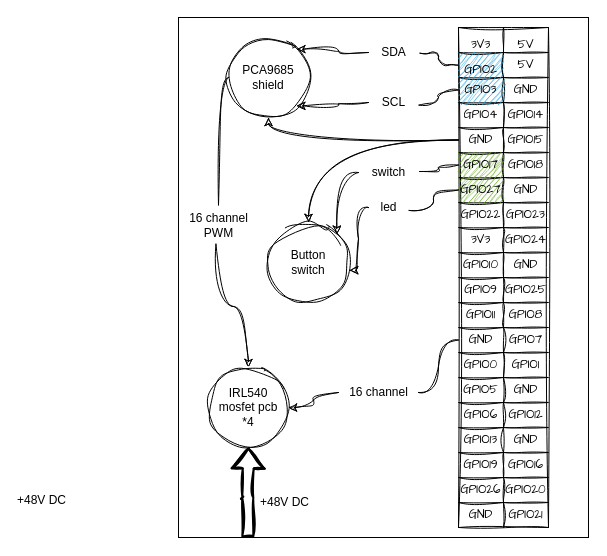
Before: ressources/diagram-wiring.drawio in lan-ensad/cloches-sous-tension, a draw.io diagram. Source tidied: cells renumbered, new cells numbered last; positions are measured from the earlier drawing's top-left corner, leaving out a move shared by most shapes. Both pictures are drawn from the tidied source at 100%, with x=0, y=0 at pixel (164, 17).
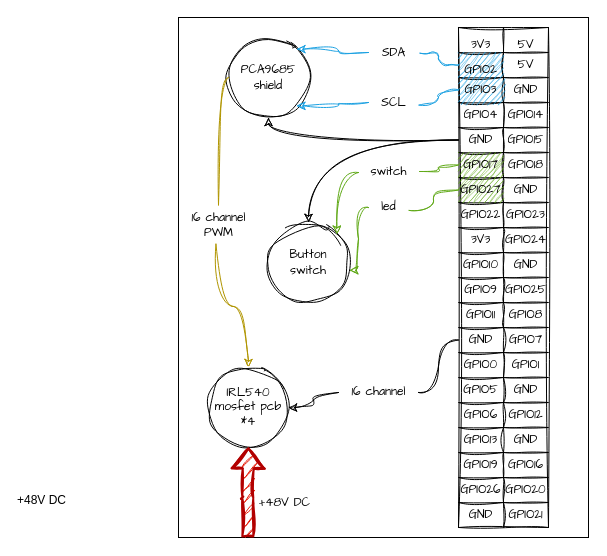
Above is the later version.

Unchanged cells that the change refers to:
```xml
<mxCell id="2" style="rounded=0;whiteSpace=wrap;html=1;fontSize=12;fillStyle=auto;" parent="1" vertex="1">
  <mxGeometry x="14" width="410" height="520" as="geometry" />
</mxCell>
<mxCell id="7" style="shape=tableRow;horizontal=0;startSize=0;swimlaneHead=0;swimlaneBody=0;top=0;left=0;bottom=0;right=0;fillColor=none;points=[[0,0.5],[1,0.5]];portConstraint=eastwest;hachureGap=4;fontFamily=Architects Daughter;fontSize=20;sketch=1;curveFitting=1;jiggle=2;" parent="3" vertex="1">
  <mxGeometry y="25" width="90" height="25" as="geometry" />
</mxCell>
<mxCell id="10" style="shape=tableRow;horizontal=0;startSize=0;swimlaneHead=0;swimlaneBody=0;top=0;left=0;bottom=0;right=0;fillColor=none;points=[[0,0.5],[1,0.5]];portConstraint=eastwest;hachureGap=4;fontFamily=Architects Daughter;fontSize=20;sketch=1;curveFitting=1;jiggle=2;" parent="3" vertex="1">
  <mxGeometry y="50" width="90" height="25" as="geometry" />
</mxCell>
<mxCell id="19" style="shape=tableRow;horizontal=0;startSize=0;swimlaneHead=0;swimlaneBody=0;top=0;left=0;bottom=0;right=0;fillColor=none;points=[[0,0.5],[1,0.5]];portConstraint=eastwest;hachureGap=4;fontFamily=Architects Daughter;fontSize=20;sketch=1;curveFitting=1;jiggle=2;" parent="3" vertex="1">
  <mxGeometry y="125" width="90" height="25" as="geometry" />
</mxCell>
<mxCell id="22" style="shape=tableRow;horizontal=0;startSize=0;swimlaneHead=0;swimlaneBody=0;top=0;left=0;bottom=0;right=0;fillColor=none;points=[[0,0.5],[1,0.5]];portConstraint=eastwest;hachureGap=4;fontFamily=Architects Daughter;fontSize=20;sketch=1;curveFitting=1;jiggle=2;" parent="3" vertex="1">
  <mxGeometry y="150" width="90" height="25" as="geometry" />
</mxCell>
<mxCell id="40" style="shape=tableRow;horizontal=0;startSize=0;swimlaneHead=0;swimlaneBody=0;top=0;left=0;bottom=0;right=0;fillColor=none;points=[[0,0.5],[1,0.5]];portConstraint=eastwest;hachureGap=4;fontFamily=Architects Daughter;fontSize=20;sketch=1;curveFitting=1;jiggle=2;" parent="3" vertex="1">
  <mxGeometry y="300" width="90" height="25" as="geometry" />
</mxCell>
```

Change to the diagram source:
```diff
@@
-    <mxCell id="8" value="&lt;font color=&quot;#000000&quot; style=&quot;font-size: 12px;&quot;&gt;GPIO2&lt;/font&gt;" style="shape=partialRectangle;html=1;whiteSpace=wrap;fillColor=#1ba1e2;top=0;left=0;bottom=0;right=0;overflow=hidden;hachureGap=4;fontFamily=Architects Daughter;fontSize=20;fontColor=#ffffff;strokeColor=#006EAF;sketch=1;curveFitting=1;jiggle=2;" parent="7" vertex="1">
+    <mxCell id="8" value="&lt;font color=&quot;#000000&quot; style=&quot;font-size: 12px;&quot;&gt;GPIO2&lt;/font&gt;" style="shape=partialRectangle;html=1;whiteSpace=wrap;fillColor=#1BA1E2;top=0;left=0;bottom=0;right=0;overflow=hidden;hachureGap=4;fontFamily=Architects Daughter;fontSize=20;fontColor=#ffffff;strokeColor=#006EAF;sketch=1;curveFitting=1;jiggle=2;" parent="7" vertex="1">
       <mxGeometry width="45" height="25" as="geometry" />
     </mxCell>
@@
-    <mxCell id="20" value="&lt;font color=&quot;#000000&quot;&gt;GPIO17&lt;/font&gt;" style="shape=partialRectangle;html=1;whiteSpace=wrap;fillColor=#60a917;top=0;left=0;bottom=0;right=0;overflow=hidden;hachureGap=4;fontFamily=Architects Daughter;fontSize=12;fontColor=#ffffff;strokeColor=#2D7600;sketch=1;curveFitting=1;jiggle=2;" parent="19" vertex="1">
+    <mxCell id="20" value="&lt;font color=&quot;#000000&quot;&gt;GPIO17&lt;/font&gt;" style="shape=partialRectangle;html=1;whiteSpace=wrap;fillColor=#60A917;top=0;left=0;bottom=0;right=0;overflow=hidden;hachureGap=4;fontFamily=Architects Daughter;fontSize=12;fontColor=#ffffff;strokeColor=#2D7600;sketch=1;curveFitting=1;jiggle=2;" parent="19" vertex="1">
       <mxGeometry width="45" height="25" as="geometry" />
     </mxCell>
@@
-    <mxCell id="64" style="edgeStyle=orthogonalEdgeStyle;curved=1;html=1;exitX=0.468;exitY=0.977;exitDx=0;exitDy=0;entryX=0.5;entryY=0;entryDx=0;entryDy=0;fontSize=12;elbow=vertical;startArrow=none;exitPerimeter=0;sketch=1;curveFitting=1;jiggle=2;" parent="1" edge="1" source="83" target="81">
+    <mxCell id="64" style="edgeStyle=orthogonalEdgeStyle;curved=1;html=1;exitX=0.468;exitY=0.977;exitDx=0;exitDy=0;entryX=0.5;entryY=0;entryDx=0;entryDy=0;fontSize=12;elbow=vertical;startArrow=none;exitPerimeter=0;sketch=1;curveFitting=1;jiggle=2;fillColor=#e3c800;strokeColor=#B09500;" parent="1" edge="1" source="83" target="81">
       <mxGeometry relative="1" as="geometry" />
     </mxCell>
-    <mxCell id="65" value="PCA9685&lt;br&gt;shield" style="ellipse;whiteSpace=wrap;html=1;fontSize=12;sketch=1;curveFitting=1;jiggle=2;" parent="1" vertex="1">
+    <mxCell id="65" value="&lt;font face=&quot;Architects Daughter&quot;&gt;PCA9685&lt;br&gt;shield&lt;/font&gt;" style="ellipse;whiteSpace=wrap;html=1;fontSize=12;sketch=1;curveFitting=1;jiggle=2;" parent="1" vertex="1">
       <mxGeometry x="64" y="20" width="80" height="80" as="geometry" />
     </mxCell>
-    <mxCell id="66" style="edgeStyle=orthogonalEdgeStyle;html=1;exitX=0;exitY=0.5;exitDx=0;exitDy=0;entryX=1;entryY=0;entryDx=0;entryDy=0;fontSize=12;startArrow=none;curved=1;sketch=1;curveFitting=1;jiggle=2;" parent="1" edge="1" source="69" target="65">
+    <mxCell id="66" style="edgeStyle=orthogonalEdgeStyle;html=1;exitX=0;exitY=0.5;exitDx=0;exitDy=0;entryX=1;entryY=0;entryDx=0;entryDy=0;fontSize=12;startArrow=none;curved=1;sketch=1;curveFitting=1;jiggle=2;strokeColor=#1BA1E2;" parent="1" edge="1" source="69" target="65">
       <mxGeometry relative="1" as="geometry" />
     </mxCell>
-    <mxCell id="67" style="edgeStyle=orthogonalEdgeStyle;html=1;exitX=0;exitY=0.5;exitDx=0;exitDy=0;entryX=1;entryY=1;entryDx=0;entryDy=0;fontSize=12;startArrow=none;curved=1;sketch=1;curveFitting=1;jiggle=2;" parent="1" edge="1" source="71" target="65">
+    <mxCell id="67" style="edgeStyle=orthogonalEdgeStyle;html=1;exitX=0;exitY=0.5;exitDx=0;exitDy=0;entryX=1;entryY=1;entryDx=0;entryDy=0;fontSize=12;startArrow=none;curved=1;sketch=1;curveFitting=1;jiggle=2;strokeColor=#1BA1E2;" parent="1" edge="1" source="71" target="65">
       <mxGeometry relative="1" as="geometry" />
     </mxCell>
-    <mxCell id="68" style="html=1;exitX=0;exitY=0.5;exitDx=0;exitDy=0;entryX=1.03;entryY=0.524;entryDx=0;entryDy=0;fontSize=12;endArrow=none;entryPerimeter=0;edgeStyle=orthogonalEdgeStyle;sketch=1;curveFitting=1;jiggle=2;" parent="1" edge="1" source="7" target="69">
+    <mxCell id="68" style="html=1;exitX=0;exitY=0.5;exitDx=0;exitDy=0;entryX=1.03;entryY=0.524;entryDx=0;entryDy=0;fontSize=12;endArrow=none;entryPerimeter=0;edgeStyle=orthogonalEdgeStyle;sketch=1;curveFitting=1;jiggle=2;strokeColor=#1BA1E2;" parent="1" edge="1" source="7" target="69">
       <mxGeometry relative="1" as="geometry" />
     </mxCell>
-    <mxCell id="69" value="SDA" style="text;html=1;align=center;verticalAlign=middle;points=[];strokeColor=none;fillColor=none;fontSize=12;sketch=1;curveFitting=1;jiggle=2;" parent="1" vertex="1">
+    <mxCell id="69" value="&lt;font face=&quot;Architects Daughter&quot;&gt;SDA&lt;/font&gt;" style="text;html=1;align=center;verticalAlign=middle;points=[];strokeColor=none;fillColor=none;fontSize=12;sketch=1;curveFitting=1;jiggle=2;" parent="1" vertex="1">
       <mxGeometry x="204" y="20" width="50" height="30" as="geometry" />
     </mxCell>
-    <mxCell id="70" style="edgeStyle=orthogonalEdgeStyle;html=1;exitX=0;exitY=0.5;exitDx=0;exitDy=0;entryX=1.01;entryY=0.587;entryDx=0;entryDy=0;fontSize=12;endArrow=none;entryPerimeter=0;curved=1;sketch=1;curveFitting=1;jiggle=2;" parent="1" edge="1" source="10" target="71">
+    <mxCell id="70" style="edgeStyle=orthogonalEdgeStyle;html=1;exitX=0;exitY=0.5;exitDx=0;exitDy=0;entryX=1.01;entryY=0.587;entryDx=0;entryDy=0;fontSize=12;endArrow=none;entryPerimeter=0;curved=1;sketch=1;curveFitting=1;jiggle=2;strokeColor=#1BA1E2;" parent="1" edge="1" source="10" target="71">
       <mxGeometry relative="1" as="geometry" />
     </mxCell>
-    <mxCell id="71" value="SCL" style="text;html=1;align=center;verticalAlign=middle;points=[];strokeColor=none;fillColor=none;fontSize=12;sketch=1;curveFitting=1;jiggle=2;" parent="1" vertex="1">
+    <mxCell id="71" value="&lt;font face=&quot;Architects Daughter&quot;&gt;SCL&lt;/font&gt;" style="text;html=1;align=center;verticalAlign=middle;points=[];strokeColor=none;fillColor=none;fontSize=12;sketch=1;curveFitting=1;jiggle=2;" parent="1" vertex="1">
       <mxGeometry x="204" y="70" width="50" height="30" as="geometry" />
     </mxCell>
@@
-    <mxCell id="73" value="Button&lt;br&gt;switch" style="ellipse;whiteSpace=wrap;html=1;fontSize=12;sketch=1;curveFitting=1;jiggle=2;" parent="1" vertex="1">
+    <mxCell id="73" value="&lt;font face=&quot;Architects Daughter&quot;&gt;Button&lt;br&gt;switch&lt;/font&gt;" style="ellipse;whiteSpace=wrap;html=1;fontSize=12;sketch=1;curveFitting=1;jiggle=2;" parent="1" vertex="1">
       <mxGeometry x="104" y="205" width="80" height="80" as="geometry" />
     </mxCell>
-    <mxCell id="74" style="edgeStyle=orthogonalEdgeStyle;curved=1;html=1;exitX=0;exitY=0.5;exitDx=0;exitDy=0;entryX=1;entryY=0;entryDx=0;entryDy=0;fontSize=12;elbow=vertical;startArrow=none;sketch=1;curveFitting=1;jiggle=2;" parent="1" edge="1" source="78" target="73">
+    <mxCell id="74" style="edgeStyle=orthogonalEdgeStyle;curved=1;html=1;exitX=0;exitY=0.5;exitDx=0;exitDy=0;entryX=1;entryY=0;entryDx=0;entryDy=0;fontSize=12;elbow=vertical;startArrow=none;sketch=1;curveFitting=1;jiggle=2;strokeColor=#60A917;" parent="1" edge="1" source="78" target="73">
       <mxGeometry relative="1" as="geometry" />
     </mxCell>
-    <mxCell id="75" style="edgeStyle=orthogonalEdgeStyle;curved=1;html=1;exitX=0;exitY=0.5;exitDx=0;exitDy=0;entryX=1.015;entryY=0.598;entryDx=0;entryDy=0;entryPerimeter=0;fontSize=12;elbow=vertical;startArrow=none;sketch=1;curveFitting=1;jiggle=2;" parent="1" edge="1" source="80" target="73">
+    <mxCell id="75" style="edgeStyle=orthogonalEdgeStyle;curved=1;html=1;exitX=0;exitY=0.5;exitDx=0;exitDy=0;entryX=1.015;entryY=0.598;entryDx=0;entryDy=0;entryPerimeter=0;fontSize=12;elbow=vertical;startArrow=none;sketch=1;curveFitting=1;jiggle=2;strokeColor=#60A917;" parent="1" edge="1" source="80" target="73">
       <mxGeometry relative="1" as="geometry" />
     </mxCell>
@@
-    <mxCell id="77" style="edgeStyle=orthogonalEdgeStyle;curved=1;html=1;exitX=0;exitY=0.5;exitDx=0;exitDy=0;entryX=1.019;entryY=0.467;entryDx=0;entryDy=0;fontSize=12;elbow=vertical;endArrow=none;entryPerimeter=0;sketch=1;curveFitting=1;jiggle=2;" parent="1" edge="1" source="19" target="78">
+    <mxCell id="77" style="edgeStyle=orthogonalEdgeStyle;curved=1;html=1;exitX=0;exitY=0.5;exitDx=0;exitDy=0;entryX=1.019;entryY=0.467;entryDx=0;entryDy=0;fontSize=12;elbow=vertical;endArrow=none;entryPerimeter=0;sketch=1;curveFitting=1;jiggle=2;strokeColor=#60A917;" parent="1" edge="1" source="19" target="78">
       <mxGeometry relative="1" as="geometry" />
     </mxCell>
-    <mxCell id="78" value="switch" style="text;html=1;align=center;verticalAlign=middle;points=[];strokeColor=none;fillColor=none;fontSize=12;sketch=1;curveFitting=1;jiggle=2;" parent="1" vertex="1">
+    <mxCell id="78" value="switch" style="text;html=1;align=center;verticalAlign=middle;points=[];strokeColor=none;fillColor=none;fontSize=12;sketch=1;curveFitting=1;jiggle=2;fontFamily=Architects Daughter;" parent="1" vertex="1">
       <mxGeometry x="194" y="140" width="60" height="30" as="geometry" />
     </mxCell>
-    <mxCell id="79" style="edgeStyle=orthogonalEdgeStyle;curved=1;html=1;exitX=0;exitY=0.5;exitDx=0;exitDy=0;entryX=1.015;entryY=0.598;entryDx=0;entryDy=0;entryPerimeter=0;fontSize=12;elbow=vertical;endArrow=none;sketch=1;curveFitting=1;jiggle=2;" parent="1" edge="1" source="22" target="80">
+    <mxCell id="79" style="edgeStyle=orthogonalEdgeStyle;curved=1;html=1;exitX=0;exitY=0.5;exitDx=0;exitDy=0;entryX=1.015;entryY=0.598;entryDx=0;entryDy=0;entryPerimeter=0;fontSize=12;elbow=vertical;endArrow=none;sketch=1;curveFitting=1;jiggle=2;strokeColor=#60A917;" parent="1" edge="1" source="22" target="80">
       <mxGeometry relative="1" as="geometry" />
     </mxCell>
-    <mxCell id="80" value="led" style="text;html=1;align=center;verticalAlign=middle;points=[];strokeColor=none;fillColor=none;fontSize=12;sketch=1;curveFitting=1;jiggle=2;" parent="1" vertex="1">
+    <mxCell id="80" value="led" style="text;html=1;align=center;verticalAlign=middle;points=[];strokeColor=none;fillColor=none;fontSize=12;sketch=1;curveFitting=1;jiggle=2;fontFamily=Architects Daughter;" parent="1" vertex="1">
       <mxGeometry x="204" y="175" width="40" height="30" as="geometry" />
     </mxCell>
-    <mxCell id="81" value="IRL540&lt;br&gt;mosfet pcb&lt;br&gt;*4" style="ellipse;whiteSpace=wrap;html=1;fontSize=12;sketch=1;curveFitting=1;jiggle=2;" parent="1" vertex="1">
+    <mxCell id="81" value="IRL540&lt;br&gt;mosfet pcb&lt;br&gt;*4" style="ellipse;whiteSpace=wrap;html=1;fontSize=12;sketch=1;curveFitting=1;jiggle=2;fontFamily=Architects Daughter;" parent="1" vertex="1">
       <mxGeometry x="44" y="350" width="80" height="80" as="geometry" />
     </mxCell>
-    <mxCell id="82" style="edgeStyle=orthogonalEdgeStyle;curved=1;html=1;exitX=0;exitY=0.5;exitDx=0;exitDy=0;entryX=0.5;entryY=0;entryDx=0;entryDy=0;fontSize=12;elbow=vertical;endArrow=none;sketch=1;curveFitting=1;jiggle=2;" parent="1" edge="1" source="65" target="83">
+    <mxCell id="82" style="edgeStyle=orthogonalEdgeStyle;curved=1;html=1;exitX=0;exitY=0.5;exitDx=0;exitDy=0;entryX=0.5;entryY=0;entryDx=0;entryDy=0;fontSize=12;elbow=vertical;endArrow=none;sketch=1;curveFitting=1;jiggle=2;fillColor=#e3c800;strokeColor=#B09500;" parent="1" edge="1" source="65" target="83">
       <mxGeometry relative="1" as="geometry" />
     </mxCell>
-    <mxCell id="83" value="16 channel&lt;br&gt;PWM" style="text;html=1;align=center;verticalAlign=middle;points=[];strokeColor=none;fillColor=none;fontSize=12;sketch=1;curveFitting=1;jiggle=2;" parent="1" vertex="1">
+    <mxCell id="83" value="16 channel&lt;br&gt;PWM" style="text;html=1;align=center;verticalAlign=middle;points=[];strokeColor=none;fillColor=none;fontSize=12;sketch=1;curveFitting=1;jiggle=2;fontFamily=Architects Daughter;" parent="1" vertex="1">
       <mxGeometry x="14" y="187.5" width="80" height="40" as="geometry" />
     </mxCell>
-    <mxCell id="84" style="edgeStyle=orthogonalEdgeStyle;curved=1;html=1;exitX=0;exitY=0.5;exitDx=0;exitDy=0;entryX=1;entryY=0.5;entryDx=0;entryDy=0;fontSize=12;elbow=vertical;startArrow=none;sketch=1;curveFitting=1;jiggle=2;" parent="1" edge="1" source="86" target="81">
+    <mxCell id="84" style="edgeStyle=orthogonalEdgeStyle;curved=1;html=1;exitX=0;exitY=0.5;exitDx=0;exitDy=0;entryX=1;entryY=0.5;entryDx=0;entryDy=0;fontSize=12;elbow=vertical;startArrow=none;sketch=1;curveFitting=1;jiggle=2;strokeColor=#000000;" parent="1" edge="1" source="86" target="81">
       <mxGeometry relative="1" as="geometry" />
     </mxCell>
-    <mxCell id="85" style="edgeStyle=orthogonalEdgeStyle;curved=1;html=1;exitX=0;exitY=0.5;exitDx=0;exitDy=0;entryX=1;entryY=0.5;entryDx=0;entryDy=0;fontSize=12;elbow=vertical;endArrow=none;sketch=1;curveFitting=1;jiggle=2;" parent="1" edge="1" source="40" target="86">
+    <mxCell id="85" style="edgeStyle=orthogonalEdgeStyle;curved=1;html=1;exitX=0;exitY=0.5;exitDx=0;exitDy=0;entryX=1;entryY=0.5;entryDx=0;entryDy=0;fontSize=12;elbow=vertical;endArrow=none;sketch=1;curveFitting=1;jiggle=2;strokeColor=#000000;" parent="1" edge="1" source="40" target="86">
       <mxGeometry relative="1" as="geometry" />
     </mxCell>
-    <mxCell id="86" value="16 channel" style="text;html=1;align=center;verticalAlign=middle;points=[];strokeColor=none;fillColor=none;fontSize=12;sketch=1;curveFitting=1;jiggle=2;" parent="1" vertex="1">
+    <mxCell id="86" value="16 channel" style="text;html=1;align=center;verticalAlign=middle;points=[];strokeColor=none;fillColor=none;fontSize=12;sketch=1;curveFitting=1;jiggle=2;fontFamily=Architects Daughter;" parent="1" vertex="1">
       <mxGeometry x="174" y="360" width="80" height="30" as="geometry" />
     </mxCell>
-    <mxCell id="87" style="shape=flexArrow;endArrow=classic;html=1;strokeWidth=2;fontSize=12;entryX=0.5;entryY=1;entryDx=0;entryDy=0;edgeStyle=orthogonalEdgeStyle;exitX=0.169;exitY=1;exitDx=0;exitDy=0;sketch=1;curveFitting=1;jiggle=2;exitPerimeter=0;" parent="1" edge="1" source="2" target="81">
+    <mxCell id="87" style="shape=flexArrow;endArrow=classic;html=1;strokeWidth=2;fontSize=12;entryX=0.5;entryY=1;entryDx=0;entryDy=0;edgeStyle=orthogonalEdgeStyle;exitX=0.169;exitY=1;exitDx=0;exitDy=0;sketch=1;curveFitting=1;jiggle=2;exitPerimeter=0;fillColor=#e51400;strokeColor=#B20000;" parent="1" edge="1" source="2" target="81">
       <mxGeometry relative="1" as="geometry">
         <Array as="points">
           <mxPoint x="83" y="480" />
           <mxPoint x="84" y="480" />
         </Array>
       </mxGeometry>
     </mxCell>
@@
-    <mxCell id="89" value="+48V DC" style="edgeLabel;html=1;align=center;verticalAlign=middle;fontSize=12;sketch=1;curveFitting=1;jiggle=2;" parent="1" vertex="1">
+    <mxCell id="89" value="&lt;font face=&quot;Architects Daughter&quot;&gt;+48V DC&lt;/font&gt;" style="edgeLabel;html=1;align=center;verticalAlign=middle;fontSize=12;sketch=1;curveFitting=1;jiggle=2;" parent="1" vertex="1">
       <mxGeometry as="geometry">
         <mxPoint x="119" y="484" as="offset" />
       </mxGeometry>
     </mxCell>
```
